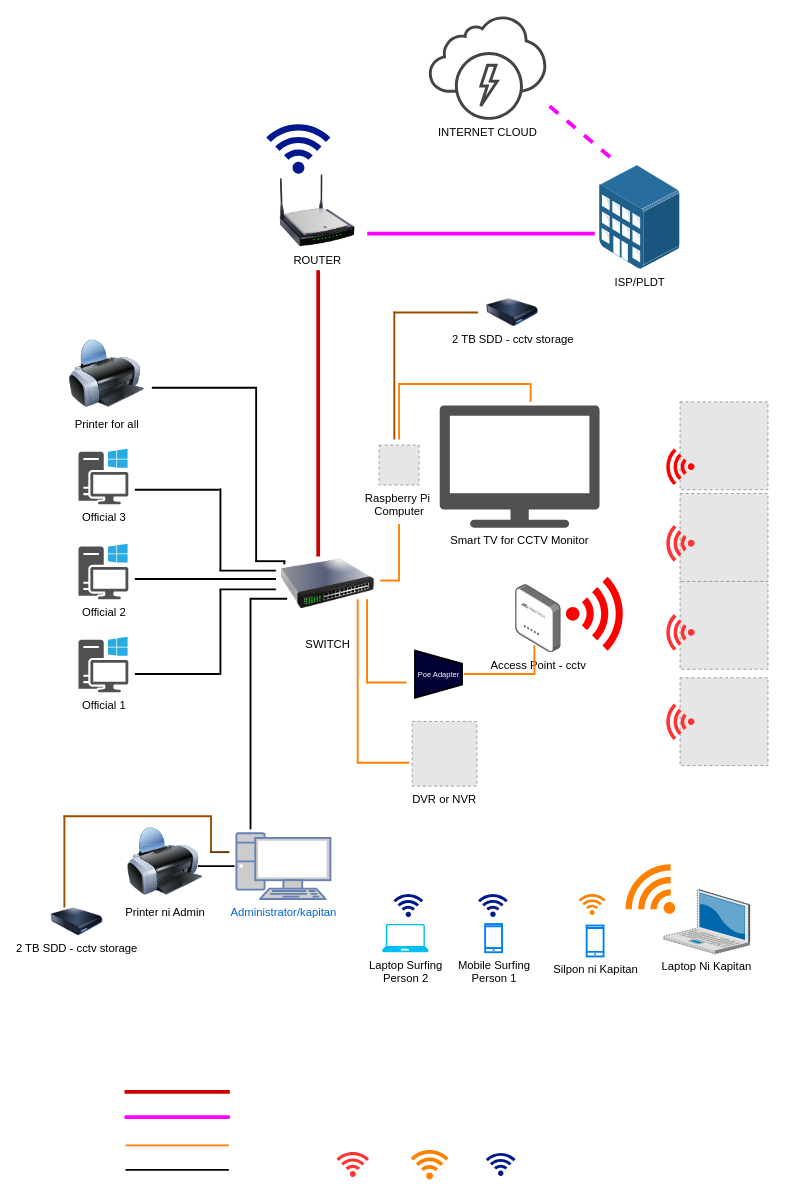
Before: Untitled Diagram.drawio in Jayke770/ojt, a draw.io diagram. Source tidied: cells renumbered, new cells numbered last; positions are measured from the earlier drawing's top-left corner, leaving out a move shared by most shapes. Both pictures are drawn from the tidied source at 94%, with x=0, y=0 at pixel (50, 16). Pictures stored in the file or linked from it are replaced by grey dashed boxes.
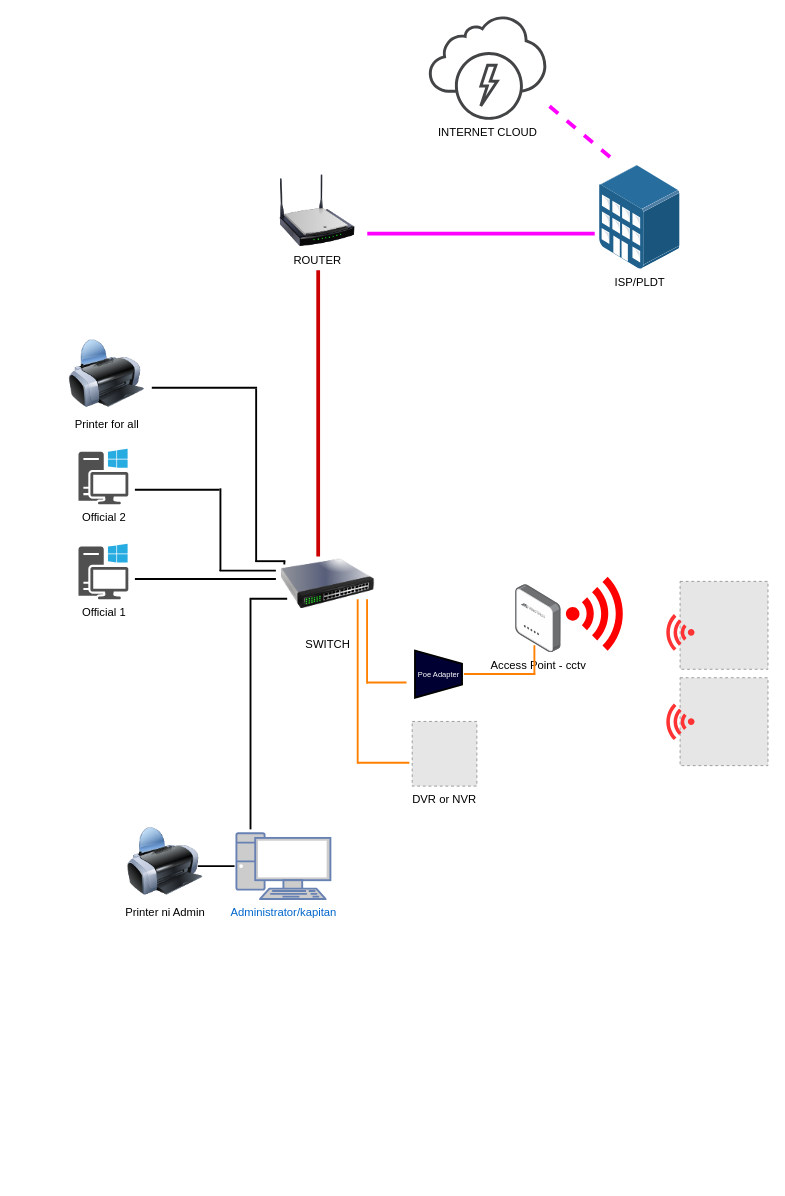
After the change.

Change to the diagram source:
```diff
@@
-    <mxCell id="2" value="Official 3" style="shadow=0;dashed=0;html=1;strokeColor=none;fillColor=#505050;labelPosition=center;verticalLabelPosition=bottom;verticalAlign=top;align=center;shape=mxgraph.office.devices.workstation_pc;" parent="1" vertex="1">
+    <mxCell id="2" value="Official 2" style="shadow=0;dashed=0;html=1;strokeColor=none;fillColor=#505050;labelPosition=center;verticalLabelPosition=bottom;verticalAlign=top;align=center;shape=mxgraph.office.devices.workstation_pc;" parent="1" vertex="1">
       <mxGeometry x="30" y="460" width="53" height="59" as="geometry" />
     </mxCell>
-    <mxCell id="3" value="Official 2" style="shadow=0;dashed=0;html=1;strokeColor=none;fillColor=#505050;labelPosition=center;verticalLabelPosition=bottom;verticalAlign=top;align=center;shape=mxgraph.office.devices.workstation_pc;" parent="1" vertex="1">
+    <mxCell id="3" value="Official 1" style="shadow=0;dashed=0;html=1;strokeColor=none;fillColor=#505050;labelPosition=center;verticalLabelPosition=bottom;verticalAlign=top;align=center;shape=mxgraph.office.devices.workstation_pc;" parent="1" vertex="1">
       <mxGeometry x="30" y="561" width="53" height="59" as="geometry" />
     </mxCell>
@@
-    <mxCell id="5" style="fillColor=#E6E6E6;strokeColor=#999999;dashed=1;html=1;verticalAlign=top;verticalLabelPosition=bottom;labelBackgroundColor=#ffffff;" parent="1" vertex="1">
-      <mxGeometry x="670" y="410" width="93.5" height="93.5" as="geometry" />
-    </mxCell>
@@
-    <mxCell id="8" style="fillColor=#E6E6E6;strokeColor=#999999;dashed=1;html=1;verticalAlign=top;verticalLabelPosition=bottom;labelBackgroundColor=#ffffff;" parent="1" vertex="1">
-      <mxGeometry x="670" y="507.5" width="93.5" height="93.5" as="geometry" />
-    </mxCell>
@@
-    <mxCell id="12" value="Official 1&lt;br&gt;" style="shadow=0;dashed=0;html=1;strokeColor=none;fillColor=#505050;labelPosition=center;verticalLabelPosition=bottom;verticalAlign=top;align=center;shape=mxgraph.office.devices.workstation_pc;" parent="1" vertex="1">
-      <mxGeometry x="30" y="660" width="53" height="59" as="geometry" />
-    </mxCell>
@@
-    <mxCell id="14" value="Smart TV for CCTV Monitor&lt;br&gt;" style="shadow=0;dashed=0;html=1;strokeColor=none;fillColor=#505050;labelPosition=center;verticalLabelPosition=bottom;verticalAlign=top;align=center;shape=mxgraph.office.devices.tv;" parent="1" vertex="1">
-      <mxGeometry x="414.3" y="414" width="170" height="130" as="geometry" />
-    </mxCell>
@@
-    <mxCell id="20" style="line;strokeWidth=2;html=1;" parent="1" vertex="1">
-      <mxGeometry x="90" y="694.5" width="90" height="10" as="geometry" />
-    </mxCell>
@@
-    <mxCell id="22" style="line;strokeWidth=2;direction=south;html=1;" parent="1" vertex="1">
-      <mxGeometry x="176" y="610" width="10" height="90.5" as="geometry" />
-    </mxCell>
@@
-    <mxCell id="24" style="line;strokeWidth=2;html=1;" parent="1" vertex="1">
-      <mxGeometry x="180" y="604.5" width="60" height="10" as="geometry" />
-    </mxCell>
@@
-    <mxCell id="34" value="Mobile Surfing&lt;br&gt;Person 1" style="html=1;verticalLabelPosition=bottom;align=center;labelBackgroundColor=#ffffff;verticalAlign=top;strokeWidth=2;strokeColor=#0080F0;shadow=0;dashed=0;shape=mxgraph.ios7.icons.smartphone;fillColor=none;" parent="1" vertex="1">
-      <mxGeometry x="462.6" y="965.5" width="18" height="30" as="geometry" />
-    </mxCell>
-    <mxCell id="35" style="shadow=0;dashed=0;html=1;strokeColor=none;labelPosition=center;verticalLabelPosition=bottom;verticalAlign=top;align=center;fillColor=#00188D;shape=mxgraph.mscae.enterprise.wireless_connection;direction=south;rotation=-180;" parent="1" vertex="1">
-      <mxGeometry x="455" y="931.4" width="31.7" height="26.7" as="geometry" />
-    </mxCell>
-    <mxCell id="36" style="shadow=0;dashed=0;html=1;strokeColor=none;labelPosition=center;verticalLabelPosition=bottom;verticalAlign=top;align=center;shape=mxgraph.mscae.enterprise.wireless_connection;rotation=-180;fillColor=#FF0000;" parent="1" vertex="1">
-      <mxGeometry x="652.7" y="459.5" width="32.7" height="39" as="geometry" />
-    </mxCell>
-    <mxCell id="37" style="shadow=0;dashed=0;html=1;strokeColor=none;labelPosition=center;verticalLabelPosition=bottom;verticalAlign=top;align=center;shape=mxgraph.mscae.enterprise.wireless_connection;rotation=-180;fillColor=#FF3333;" parent="1" vertex="1">
-      <mxGeometry x="652.7" y="541" width="32.7" height="39" as="geometry" />
-    </mxCell>
@@
-    <mxCell id="50" value="Raspberry Pi&amp;nbsp;&lt;br&gt;Computer" style="fillColor=#E6E6E6;strokeColor=#999999;dashed=1;html=1;verticalAlign=top;verticalLabelPosition=bottom;labelBackgroundColor=#ffffff;" parent="1" vertex="1">
-      <mxGeometry x="349.8" y="456" width="42.5" height="42.5" as="geometry" />
-    </mxCell>
-    <mxCell id="51" style="line;strokeWidth=2;html=1;strokeColor=#FF8000;" parent="1" vertex="1">
-      <mxGeometry x="370" y="386" width="140" height="10" as="geometry" />
-    </mxCell>
-    <mxCell id="52" style="line;strokeWidth=2;direction=south;html=1;strokeColor=#FF8000;" parent="1" vertex="1">
-      <mxGeometry x="506" y="390" width="10" height="20" as="geometry" />
-    </mxCell>
-    <mxCell id="53" style="line;strokeWidth=2;direction=south;html=1;strokeColor=#FF8000;" parent="1" vertex="1">
-      <mxGeometry x="366" y="390" width="10" height="60" as="geometry" />
-    </mxCell>
-    <mxCell id="54" style="line;strokeWidth=2;direction=south;html=1;strokeColor=#FF8000;" parent="1" vertex="1">
-      <mxGeometry x="366" y="540" width="10" height="60" as="geometry" />
-    </mxCell>
-    <mxCell id="55" style="line;strokeWidth=2;html=1;fillColor=#FF8000;strokeColor=#FF8000;" parent="1" vertex="1">
-      <mxGeometry x="351" y="595.1" width="21" height="10" as="geometry" />
-    </mxCell>
-    <mxCell id="56" value="2 TB SDD - cctv storage&lt;br&gt;" style="image;html=1;image=img/lib/clip_art/computers/Harddrive_128x128.png;dashed=1;strokeColor=#FF8000;strokeWidth=4;fillColor=#000033;" parent="1" vertex="1">
-      <mxGeometry x="463.2" y="300" width="56.8" height="30" as="geometry" />
-    </mxCell>
-    <mxCell id="57" style="line;strokeWidth=2;html=1;strokeColor=#994C00;" parent="1" vertex="1">
-      <mxGeometry x="365" y="310" width="90" height="10" as="geometry" />
-    </mxCell>
-    <mxCell id="58" style="line;strokeWidth=2;direction=south;html=1;strokeColor=#994C00;" parent="1" vertex="1">
-      <mxGeometry x="361" y="314" width="10" height="136" as="geometry" />
-    </mxCell>
-    <mxCell id="59" value="Laptop Ni Kapitan" style="verticalLabelPosition=bottom;html=1;verticalAlign=top;strokeColor=none;align=center;shape=mxgraph.citrix.laptop_2;dashed=1;fillColor=#FF8000;" parent="1" vertex="1">
-      <mxGeometry x="652.7" y="928.9" width="91.5" height="68.3" as="geometry" />
-    </mxCell>
-    <mxCell id="60" style="shadow=0;dashed=0;html=1;strokeColor=none;labelPosition=center;verticalLabelPosition=bottom;verticalAlign=top;align=center;shape=mxgraph.mscae.enterprise.wireless_connection;direction=west;rotation=45;fillColor=#FF8000;" parent="1" vertex="1">
-      <mxGeometry x="614.5" y="899" width="56.8" height="67.6" as="geometry" />
-    </mxCell>
-    <mxCell id="61" value="Silpon ni Kapitan&lt;br&gt;" style="html=1;verticalLabelPosition=bottom;align=center;labelBackgroundColor=#ffffff;verticalAlign=top;strokeWidth=2;strokeColor=#0080F0;shadow=0;dashed=0;shape=mxgraph.ios7.icons.smartphone;fillColor=none;" parent="1" vertex="1">
-      <mxGeometry x="570.6" y="967.1" width="18" height="32.9" as="geometry" />
-    </mxCell>
-    <mxCell id="62" style="shadow=0;dashed=0;html=1;strokeColor=none;labelPosition=center;verticalLabelPosition=bottom;verticalAlign=top;align=center;shape=mxgraph.mscae.enterprise.wireless_connection;rotation=-90;fillColor=#FF8000;" parent="1" vertex="1">
-      <mxGeometry x="564.3" y="929.3" width="24.2" height="28.9" as="geometry" />
-    </mxCell>
-    <mxCell id="63" style="shadow=0;dashed=0;html=1;strokeColor=none;labelPosition=center;verticalLabelPosition=bottom;verticalAlign=top;align=center;fillColor=#00188D;shape=mxgraph.mscae.enterprise.wireless_connection;direction=south;rotation=-180;" parent="1" vertex="1">
-      <mxGeometry x="229.8" y="110" width="68.2" height="57.3" as="geometry" />
-    </mxCell>
-    <mxCell id="64" value="Laptop Surfing&lt;br&gt;Person 2" style="verticalLabelPosition=bottom;html=1;verticalAlign=top;align=center;strokeColor=none;fillColor=#00BEF2;shape=mxgraph.azure.laptop;dashed=1;" parent="1" vertex="1">
-      <mxGeometry x="352.7" y="965.5" width="50" height="30" as="geometry" />
-    </mxCell>
-    <mxCell id="65" style="shadow=0;dashed=0;html=1;strokeColor=none;labelPosition=center;verticalLabelPosition=bottom;verticalAlign=top;align=center;fillColor=#00188D;shape=mxgraph.mscae.enterprise.wireless_connection;direction=south;rotation=-180;" parent="1" vertex="1">
-      <mxGeometry x="365" y="931.5" width="31.7" height="26.7" as="geometry" />
-    </mxCell>
-    <mxCell id="66" value="2 TB SDD - cctv storage&lt;br&gt;" style="image;html=1;image=img/lib/clip_art/computers/Harddrive_128x128.png;dashed=1;strokeColor=#FF8000;strokeWidth=4;fillColor=#000033;" parent="1" vertex="1">
-      <mxGeometry y="948" width="56.8" height="30" as="geometry" />
-    </mxCell>
-    <mxCell id="67" style="line;strokeWidth=2;direction=south;html=1;strokeColor=#994C00;" parent="1" vertex="1">
-      <mxGeometry x="10" y="850" width="10" height="98" as="geometry" />
-    </mxCell>
-    <mxCell id="68" style="line;strokeWidth=2;html=1;strokeColor=#994C00;" parent="1" vertex="1">
-      <mxGeometry x="14" y="845.9" width="156" height="10" as="geometry" />
-    </mxCell>
-    <mxCell id="69" style="line;strokeWidth=2;direction=south;html=1;strokeColor=#994C00;" parent="1" vertex="1">
-      <mxGeometry x="166" y="849.9" width="10" height="40.1" as="geometry" />
-    </mxCell>
-    <mxCell id="70" style="line;strokeWidth=2;html=1;strokeColor=#663300;" parent="1" vertex="1">
-      <mxGeometry x="170" y="884" width="20.5" height="10" as="geometry" />
-    </mxCell>
-    <mxCell id="71" style="line;strokeWidth=4;direction=south;html=1;rotation=90;strokeColor=#FF00FF;" parent="1" vertex="1">
-      <mxGeometry x="130" y="1115" width="10" height="112" as="geometry" />
-    </mxCell>
-    <mxCell id="72" style="line;strokeWidth=2;html=1;" parent="1" vertex="1">
-      <mxGeometry x="80" y="1222" width="110" height="10" as="geometry" />
-    </mxCell>
-    <mxCell id="73" style="line;strokeWidth=2;html=1;strokeColor=#FF8000;" parent="1" vertex="1">
-      <mxGeometry x="80" y="1196" width="110" height="10" as="geometry" />
-    </mxCell>
-    <mxCell id="74" style="shadow=0;dashed=0;html=1;strokeColor=none;labelPosition=center;verticalLabelPosition=bottom;verticalAlign=top;align=center;shape=mxgraph.mscae.enterprise.wireless_connection;rotation=-90;fillColor=#FF3333;" parent="1" vertex="1">
-      <mxGeometry x="307.3" y="1202.9" width="29" height="34.5" as="geometry" />
-    </mxCell>
-    <mxCell id="75" style="shadow=0;dashed=0;html=1;strokeColor=none;labelPosition=center;verticalLabelPosition=bottom;verticalAlign=top;align=center;shape=mxgraph.mscae.enterprise.wireless_connection;rotation=-90;fillColor=#FF8000;" parent="1" vertex="1">
-      <mxGeometry x="386.5" y="1200" width="34" height="40.4" as="geometry" />
-    </mxCell>
-    <mxCell id="76" style="shadow=0;dashed=0;html=1;strokeColor=none;labelPosition=center;verticalLabelPosition=bottom;verticalAlign=top;align=center;fillColor=#00188D;shape=mxgraph.mscae.enterprise.wireless_connection;direction=south;rotation=-180;" parent="1" vertex="1">
-      <mxGeometry x="463.3" y="1206.9" width="31.7" height="26.7" as="geometry" />
-    </mxCell>
-    <mxCell id="77" style="line;strokeWidth=4;direction=south;html=1;rotation=90;strokeColor=#CC0000;" parent="1" vertex="1">
-      <mxGeometry x="130" y="1088" width="10" height="112" as="geometry" />
-    </mxCell>
```
